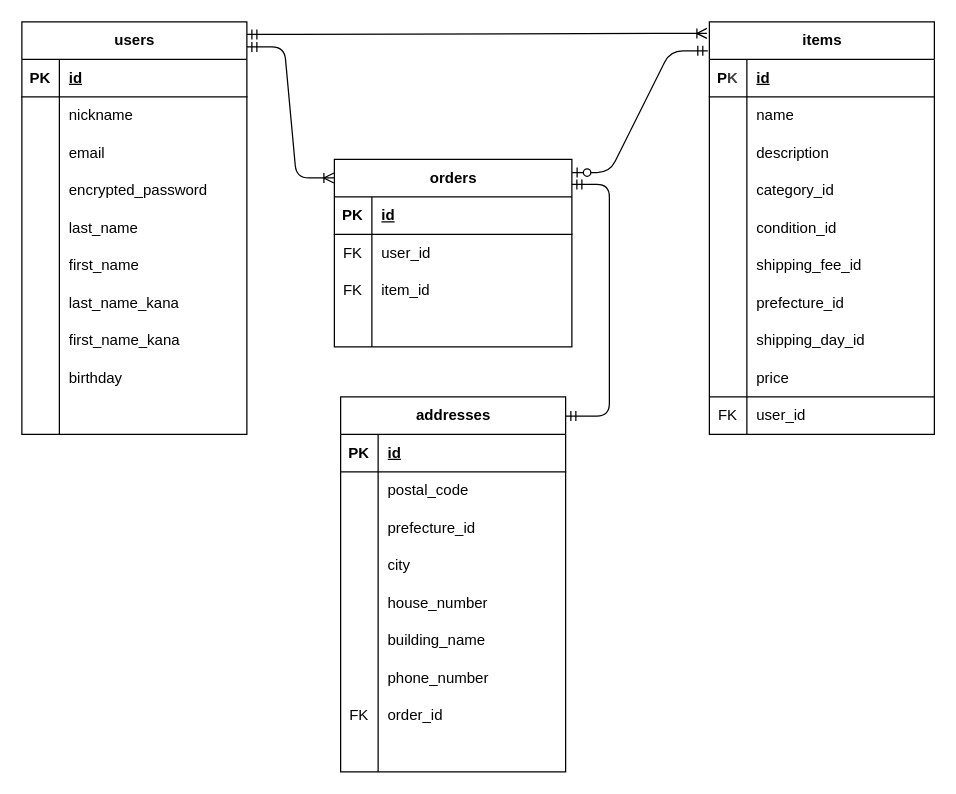
Earlier version of the draw.io diagram E R.dio (Sato-Yuruma/furima-47908). Source tidied: cells renumbered, new cells numbered last; positions are measured from the earlier drawing's top-left corner, leaving out a move shared by most shapes. Both pictures are drawn from the tidied source at 125%, with x=0, y=0 at pixel (21, -31).
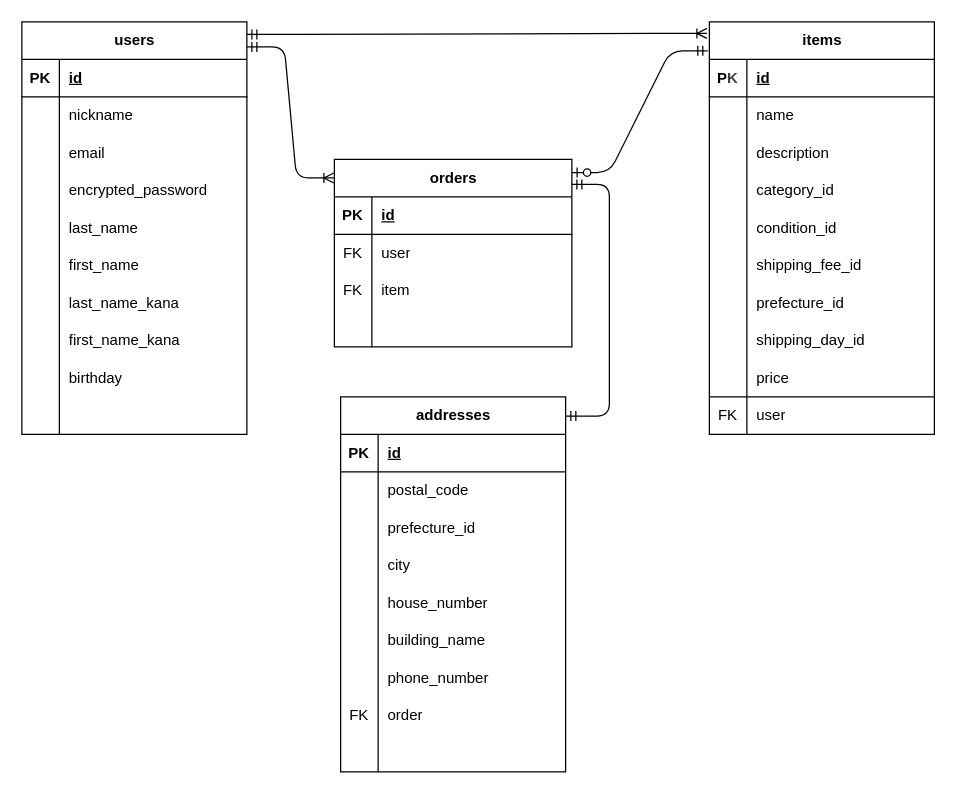
Above is the later version.

The change refers to these unchanged cells:
```xml
<mxCell id="37" style="shape=tableRow;horizontal=0;startSize=0;swimlaneHead=0;swimlaneBody=0;fillColor=none;top=0;left=0;right=0;bottom=0;" parent="33" vertex="1">
  <mxGeometry y="60" width="190" height="30" as="geometry" />
</mxCell>
<mxCell id="40" style="shape=tableRow;horizontal=0;startSize=0;swimlaneHead=0;swimlaneBody=0;fillColor=none;top=0;left=0;right=0;bottom=0;" parent="33" vertex="1">
  <mxGeometry y="90" width="190" height="30" as="geometry" />
</mxCell>
<mxCell id="68" style="shape=tableRow;horizontal=0;startSize=0;swimlaneHead=0;swimlaneBody=0;fillColor=none;top=0;left=0;right=0;bottom=0;" parent="46" vertex="1">
  <mxGeometry y="240" width="180" height="30" as="geometry" />
</mxCell>
<mxCell id="102" style="shape=tableRow;horizontal=0;startSize=0;swimlaneHead=0;swimlaneBody=0;fillColor=none;top=0;left=0;right=0;bottom=0;" parent="74" vertex="1">
  <mxGeometry y="300" width="180" height="30" as="geometry" />
</mxCell>
```

Change to the diagram source:
```diff
@@
-    <mxCell id="39" value="user_id" style="shape=partialRectangle;fillColor=none;top=0;left=0;bottom=0;right=0;align=left;spacingLeft=6;overflow=hidden;whiteSpace=wrap;html=1;" parent="37" vertex="1">
+    <mxCell id="39" value="user" style="shape=partialRectangle;fillColor=none;top=0;left=0;bottom=0;right=0;align=left;spacingLeft=6;overflow=hidden;whiteSpace=wrap;html=1;" parent="37" vertex="1">
       <mxGeometry x="30" width="160" height="30" as="geometry" />
     </mxCell>
@@
-    <mxCell id="42" value="item_id" style="shape=partialRectangle;fillColor=none;top=0;left=0;bottom=0;right=0;align=left;spacingLeft=6;overflow=hidden;whiteSpace=wrap;html=1;" parent="40" vertex="1">
+    <mxCell id="42" value="item" style="shape=partialRectangle;fillColor=none;top=0;left=0;bottom=0;right=0;align=left;spacingLeft=6;overflow=hidden;whiteSpace=wrap;html=1;" parent="40" vertex="1">
       <mxGeometry x="30" width="160" height="30" as="geometry" />
     </mxCell>
@@
-    <mxCell id="70" value="order_id" style="shape=partialRectangle;fillColor=none;top=0;left=0;bottom=0;right=0;align=left;spacingLeft=6;overflow=hidden;whiteSpace=wrap;html=1;" parent="68" vertex="1">
+    <mxCell id="70" value="order" style="shape=partialRectangle;fillColor=none;top=0;left=0;bottom=0;right=0;align=left;spacingLeft=6;overflow=hidden;whiteSpace=wrap;html=1;" parent="68" vertex="1">
       <mxGeometry x="30" width="150" height="30" as="geometry" />
     </mxCell>
@@
-    <mxCell id="104" value="user_id" style="shape=partialRectangle;fillColor=none;top=0;left=0;bottom=0;right=0;align=left;spacingLeft=6;overflow=hidden;whiteSpace=wrap;html=1;" parent="102" vertex="1">
+    <mxCell id="104" value="user" style="shape=partialRectangle;fillColor=none;top=0;left=0;bottom=0;right=0;align=left;spacingLeft=6;overflow=hidden;whiteSpace=wrap;html=1;" parent="102" vertex="1">
       <mxGeometry x="30" width="150" height="30" as="geometry" />
     </mxCell>
```
